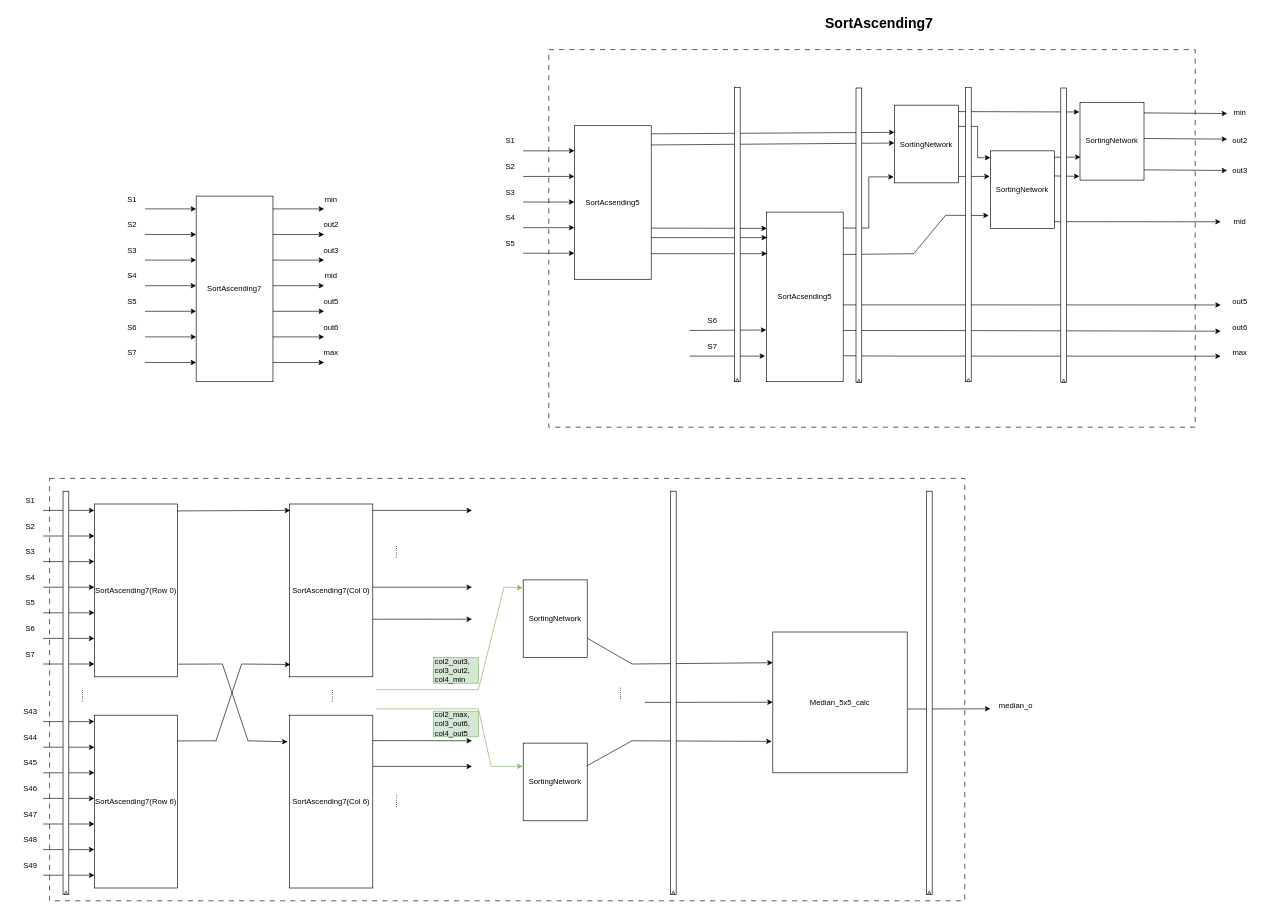
Above: Draw/MedianFilterModules/Median7x7Calc.drawio in Hieuueihm/Thesis (draw.io), before the change. Source tidied: cells renumbered, new cells numbered last; positions are measured from the earlier drawing's top-left corner, leaving out a move shared by most shapes. Both pictures are drawn from the tidied source at 64%, with x=0, y=0 at pixel (11, 11).
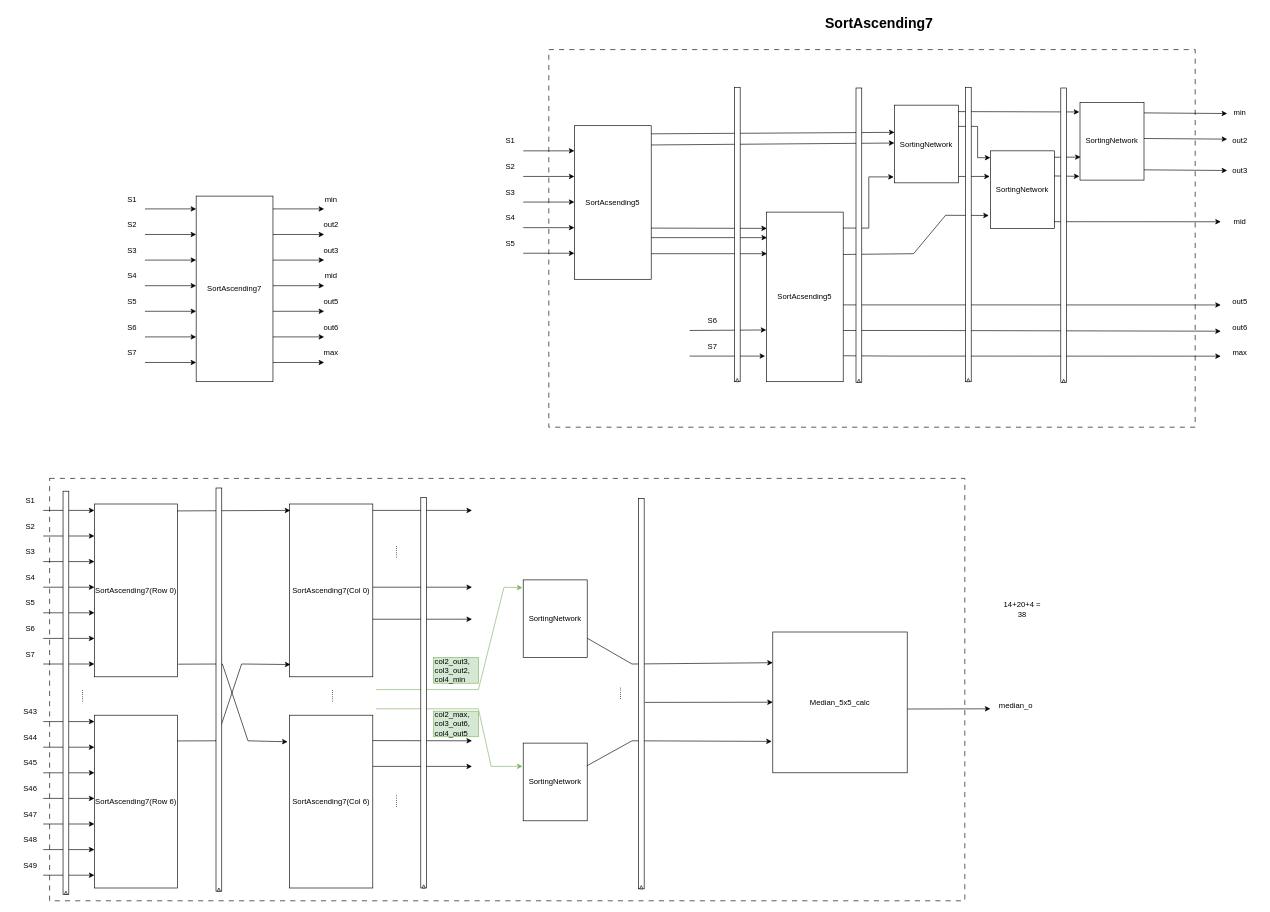
The same page after the edit.

Diff of the diagram source:
```diff
@@
-    <mxCell id="151" style="group;" parent="1" vertex="1">
-      <mxGeometry x="1030" y="920" width="9" height="460" as="geometry" />
-    </mxCell>
-    <mxCell id="152" style="rounded=0;whiteSpace=wrap;html=1;" parent="151" vertex="1">
-      <mxGeometry y="-170" width="9" height="630" as="geometry" />
-    </mxCell>
-    <mxCell id="153" style="triangle;whiteSpace=wrap;html=1;rotation=270;" parent="151" vertex="1">
-      <mxGeometry x="2" y="455" width="5" height="5" as="geometry" />
-    </mxCell>
-    <mxCell id="154" style="group;" parent="1" vertex="1">
-      <mxGeometry x="1430" y="920" width="9" height="460" as="geometry" />
-    </mxCell>
-    <mxCell id="155" style="rounded=0;whiteSpace=wrap;html=1;" parent="154" vertex="1">
-      <mxGeometry y="-170" width="9" height="630" as="geometry" />
-    </mxCell>
-    <mxCell id="156" style="triangle;whiteSpace=wrap;html=1;rotation=270;" parent="154" vertex="1">
-      <mxGeometry x="2" y="455" width="5" height="5" as="geometry" />
-    </mxCell>
+    <mxCell id="157" style="rounded=0;whiteSpace=wrap;html=1;" parent="1" vertex="1">
+      <mxGeometry x="320" y="745" width="9" height="630" as="geometry" />
+    </mxCell>
+    <mxCell id="158" style="triangle;whiteSpace=wrap;html=1;rotation=270;" parent="1" vertex="1">
+      <mxGeometry x="322" y="1370" width="5" height="5" as="geometry" />
+    </mxCell>
+    <mxCell id="159" value="14+20+4 = 38" style="text;html=1;align=center;verticalAlign=middle;whiteSpace=wrap;rounded=0;" parent="1" vertex="1">
+      <mxGeometry x="1550" y="920" width="60" height="30" as="geometry" />
+    </mxCell>
+    <mxCell id="160" style="rounded=0;whiteSpace=wrap;html=1;" parent="1" vertex="1">
+      <mxGeometry x="640" y="760" width="9" height="610" as="geometry" />
+    </mxCell>
+    <mxCell id="161" style="triangle;whiteSpace=wrap;html=1;rotation=270;" parent="1" vertex="1">
+      <mxGeometry x="642" y="1365" width="5" height="5" as="geometry" />
+    </mxCell>
+    <mxCell id="162" style="rounded=0;whiteSpace=wrap;html=1;" parent="1" vertex="1">
+      <mxGeometry x="980" y="761.3" width="9" height="610" as="geometry" />
+    </mxCell>
+    <mxCell id="163" style="triangle;whiteSpace=wrap;html=1;rotation=270;" parent="1" vertex="1">
+      <mxGeometry x="982" y="1366.3" width="5" height="5" as="geometry" />
+    </mxCell>
```
